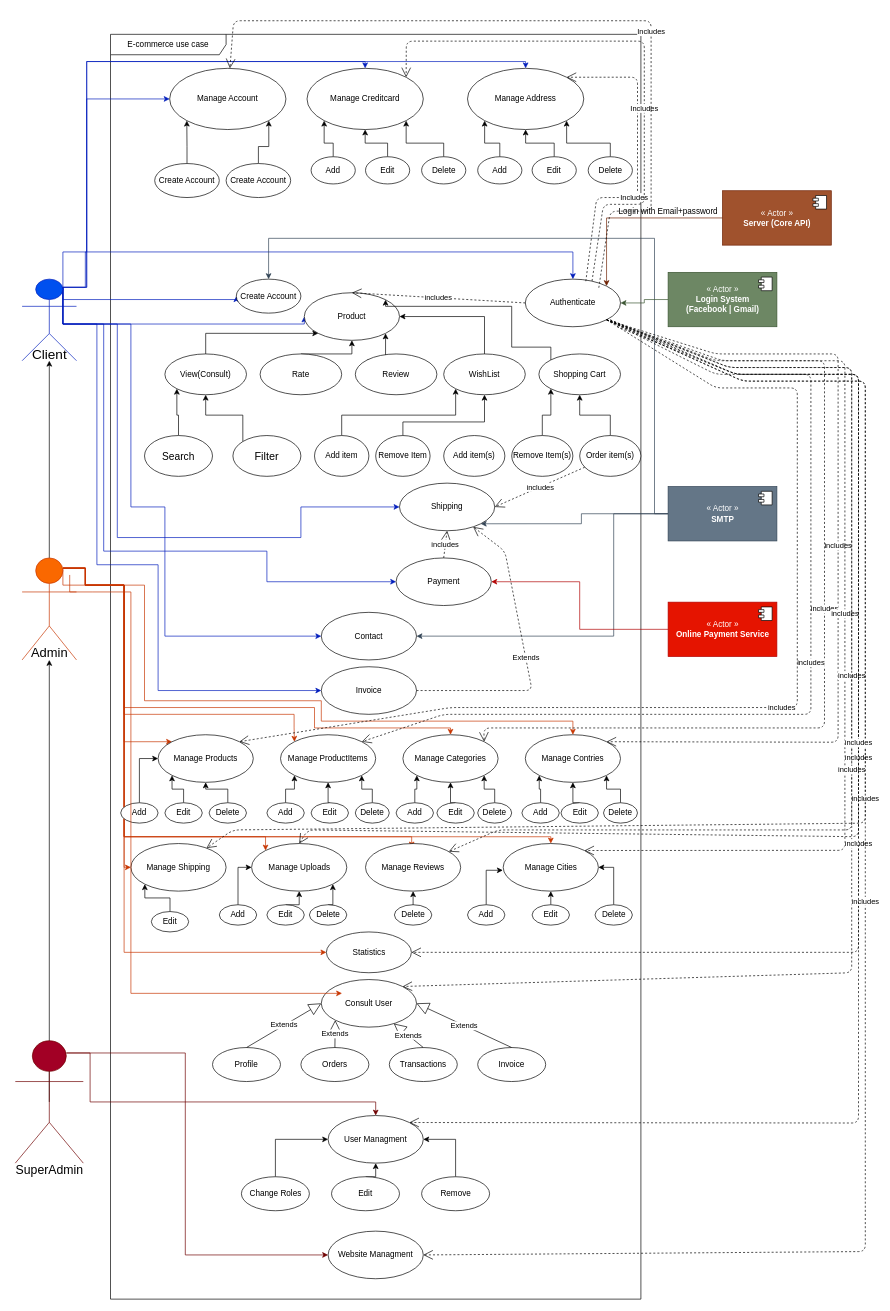
Psycomentis06/AZIT-e-commerce-API-doc keeps this draw.io diagram as page "Use case" (2 of 4) of Class Diagram.drawio. Above is the earlier version. Source tidied: cells renumbered, new cells numbered last; positions are measured from the earlier drawing's top-left corner, leaving out a move shared by most shapes. Both pictures are drawn from the tidied source at 68%, with x=0, y=0 at pixel (12, 20).
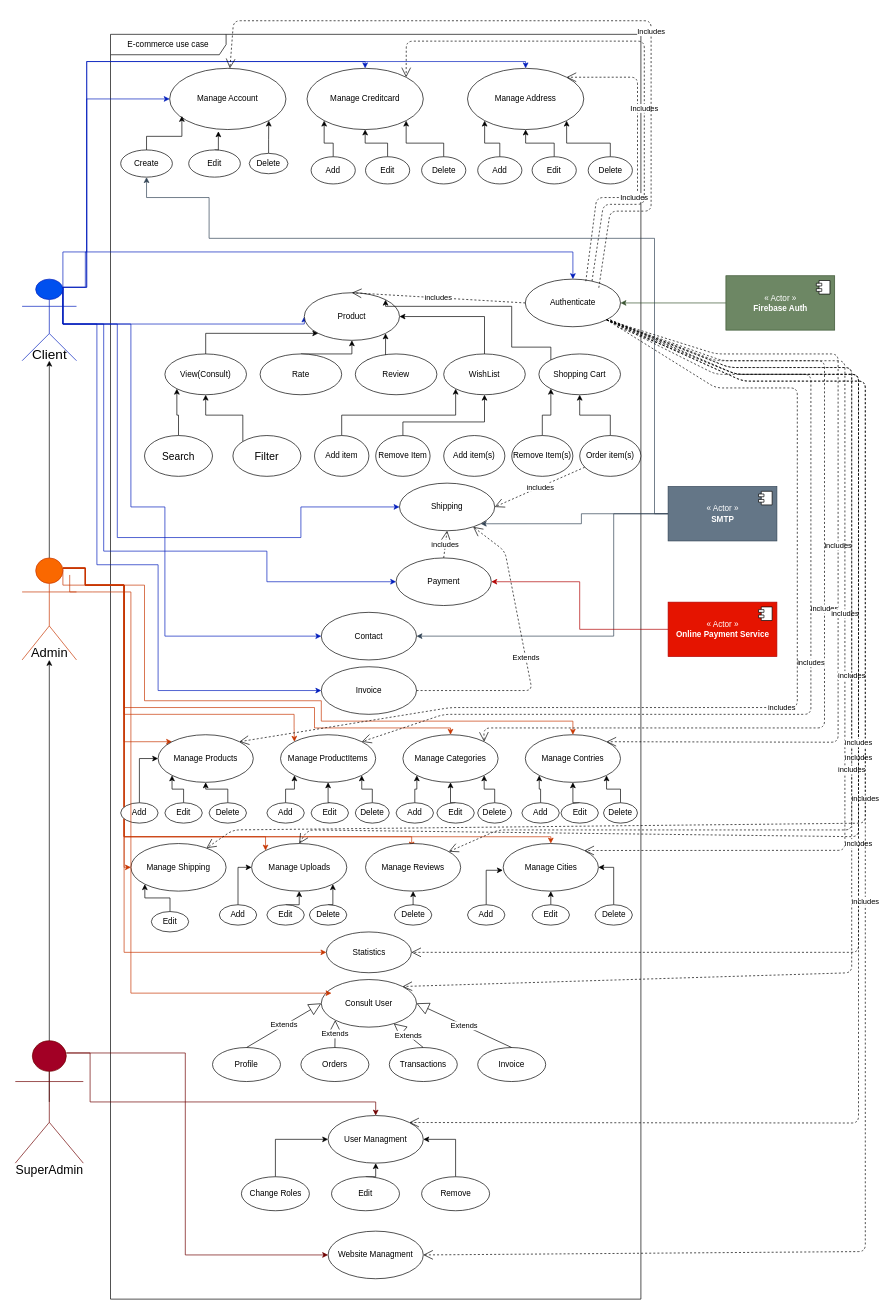
The same diagram, later.

Unchanged cells that the change refers to:
```xml
<mxCell id="13" value="Client" style="shape=umlActor;verticalLabelPosition=bottom;verticalAlign=top;html=1;fillColor=#0050ef;strokeColor=#001DBC;fontColor=#ffffff;" parent="1" vertex="1">
  <mxGeometry x="15" y="380" width="80" height="120" as="geometry" />
</mxCell>
<mxCell id="26" value="Authenticate" style="ellipse;whiteSpace=wrap;html=1;" parent="1" vertex="1">
  <mxGeometry x="755" y="380" width="140" height="70" as="geometry" />
</mxCell>
<mxCell id="61" value="« Actor »&lt;br&gt;&lt;b&gt;SMTP&lt;/b&gt;" style="html=1;fillColor=#647687;strokeColor=#314354;fontColor=#ffffff;" parent="1" vertex="1">
  <mxGeometry x="965" y="685" width="160" height="80" as="geometry" />
</mxCell>
<mxCell id="157" value="Manage Account" style="ellipse;whiteSpace=wrap;html=1;" parent="1" vertex="1">
  <mxGeometry x="232" y="70" width="171" height="90" as="geometry" />
</mxCell>
```

Diff of the diagram source:
```diff
@@
-    <mxCell id="7" style="edgeStyle=orthogonalEdgeStyle;rounded=0;jettySize=auto;html=1;exitX=0.75;exitY=0.1;exitDx=0;exitDy=0;exitPerimeter=0;entryX=0;entryY=0.5;entryDx=0;entryDy=0;fillColor=#0050ef;strokeColor=#001DBC;" parent="1" edge="1" source="13" target="75">
-      <mxGeometry relative="1" as="geometry">
-        <Array as="points">
-          <mxPoint x="75" y="410" />
-          <mxPoint x="330" y="410" />
-        </Array>
-      </mxGeometry>
-    </mxCell>
@@
-    <mxCell id="60" style="edgeStyle=orthogonalEdgeStyle;rounded=0;jettySize=auto;html=1;exitX=0;exitY=0.5;exitDx=0;exitDy=0;entryX=0.5;entryY=0;entryDx=0;entryDy=0;fillColor=#647687;strokeColor=#314354;" parent="1" edge="1" source="61" target="75">
+    <mxCell id="60" style="edgeStyle=orthogonalEdgeStyle;rounded=0;jettySize=auto;html=1;exitX=0;exitY=0.5;exitDx=0;exitDy=0;entryX=0.5;entryY=1;entryDx=0;entryDy=0;fillColor=#647687;strokeColor=#314354;" parent="1" edge="1" source="61" target="161">
       <mxGeometry relative="1" as="geometry">
         <Array as="points">
           <mxPoint x="945" y="725" />
           <mxPoint x="945" y="320" />
-          <mxPoint x="378" y="320" />
+          <mxPoint x="290" y="320" />
+          <mxPoint x="290" y="260" />
+          <mxPoint x="198" y="260" />
         </Array>
       </mxGeometry>
     </mxCell>
@@
-    <mxCell id="67" value="« Actor »&lt;br&gt;&lt;b&gt;Login System &lt;br&gt;(Facebook | Gmail)&lt;/b&gt;" style="html=1;fillColor=#6d8764;strokeColor=#3A5431;fontColor=#ffffff;" parent="1" vertex="1">
-      <mxGeometry x="965" y="370" width="160" height="80" as="geometry" />
+    <mxCell id="67" value="« Actor »&lt;br&gt;&lt;b&gt;Firebase Auth&lt;/b&gt;" style="html=1;fillColor=#6d8764;strokeColor=#3A5431;fontColor=#ffffff;" parent="1" vertex="1">
+      <mxGeometry x="1050" y="375" width="160" height="80" as="geometry" />
     </mxCell>
@@
-    <mxCell id="69" style="edgeStyle=orthogonalEdgeStyle;rounded=0;jettySize=auto;html=1;exitX=0;exitY=0.5;exitDx=0;exitDy=0;entryX=1;entryY=0;entryDx=0;entryDy=0;fillColor=#a0522d;strokeColor=#6D1F00;" parent="1" edge="1" source="70" target="26">
-      <mxGeometry relative="1" as="geometry" />
-    </mxCell>
-    <mxCell id="70" value="« Actor »&lt;br&gt;&lt;b&gt;Server (Core API)&lt;/b&gt;" style="html=1;fillColor=#a0522d;strokeColor=#6D1F00;fontColor=#ffffff;" parent="1" vertex="1">
-      <mxGeometry x="1045" y="250" width="160" height="80" as="geometry" />
-    </mxCell>
-    <mxCell id="71" style="shape=module;jettyWidth=8;jettyHeight=4;" parent="70" vertex="1">
-      <mxGeometry x="1" width="20" height="20" relative="1" as="geometry">
-        <mxPoint x="-27" y="7" as="offset" />
-      </mxGeometry>
-    </mxCell>
-    <mxCell id="72" value="Login with Email+password" style="text;html=1;align=center;verticalAlign=middle;" parent="1" vertex="1">
-      <mxGeometry x="885" y="270" width="160" height="20" as="geometry" />
-    </mxCell>
@@
-    <mxCell id="75" value="Create Account" style="ellipse;whiteSpace=wrap;html=1;" parent="1" vertex="1">
-      <mxGeometry x="330" y="380" width="95" height="50" as="geometry" />
-    </mxCell>
@@
-    <mxCell id="160" style="edgeStyle=orthogonalEdgeStyle;rounded=0;jettySize=auto;html=1;exitX=0.5;exitY=0;exitDx=0;exitDy=0;entryX=0;entryY=1;entryDx=0;entryDy=0;" parent="1" edge="1" source="161" target="157">
+    <mxCell id="160" style="edgeStyle=orthogonalEdgeStyle;rounded=0;jettySize=auto;html=1;exitX=0.5;exitY=0;exitDx=0;exitDy=0;entryX=0.105;entryY=0.778;entryDx=0;entryDy=0;entryPerimeter=0;" parent="1" edge="1" source="161" target="157">
       <mxGeometry relative="1" as="geometry" />
     </mxCell>
-    <mxCell id="161" value="Create Account" style="ellipse;whiteSpace=wrap;html=1;" parent="1" vertex="1">
-      <mxGeometry x="210" y="210" width="95" height="50" as="geometry" />
+    <mxCell id="161" value="Create" style="ellipse;whiteSpace=wrap;html=1;" parent="1" vertex="1">
+      <mxGeometry x="160" y="190" width="76" height="40" as="geometry" />
     </mxCell>
-    <mxCell id="162" style="edgeStyle=orthogonalEdgeStyle;rounded=0;jettySize=auto;html=1;exitX=0.5;exitY=0;exitDx=0;exitDy=0;entryX=1;entryY=1;entryDx=0;entryDy=0;" parent="1" edge="1" source="163" target="157">
+    <mxCell id="162" style="edgeStyle=orthogonalEdgeStyle;rounded=0;jettySize=auto;html=1;exitX=0.5;exitY=0;exitDx=0;exitDy=0;entryX=0.419;entryY=1.029;entryDx=0;entryDy=0;entryPerimeter=0;" parent="1" edge="1" source="163" target="157">
       <mxGeometry relative="1" as="geometry" />
     </mxCell>
-    <mxCell id="163" value="Create Account" style="ellipse;whiteSpace=wrap;html=1;" parent="1" vertex="1">
-      <mxGeometry x="315" y="210" width="95" height="50" as="geometry" />
+    <mxCell id="163" value="Edit" style="ellipse;whiteSpace=wrap;html=1;" parent="1" vertex="1">
+      <mxGeometry x="260" y="190" width="76" height="40" as="geometry" />
     </mxCell>
@@
-    <mxCell id="180" style="edgeStyle=orthogonalEdgeStyle;rounded=0;orthogonalLoop=1;jettySize=auto;html=1;exitX=0.75;exitY=0.1;exitDx=0;exitDy=0;exitPerimeter=0;entryX=0;entryY=0;entryDx=0;entryDy=0;fillColor=#fa6800;strokeColor=#C73500;" parent="1" edge="1">
+    <mxCell id="180" style="edgeStyle=orthogonalEdgeStyle;rounded=0;orthogonalLoop=1;jettySize=auto;html=1;exitX=0.75;exitY=0.1;exitDx=0;exitDy=0;exitPerimeter=0;fillColor=#fa6800;strokeColor=#C73500;" parent="1" edge="1">
       <mxGeometry relative="1" as="geometry">
         <mxPoint x="85" y="815" as="sourcePoint" />
-        <mxPoint x="485.5" y="1430.3" as="targetPoint" />
+        <mxPoint x="470" y="1430" as="targetPoint" />
         <Array as="points">
           <mxPoint x="118" y="840" />
           <mxPoint x="175" y="840" />
           <mxPoint x="175" y="1410" />
         </Array>
       </mxGeometry>
     </mxCell>
@@
+    <mxCell id="182" style="edgeStyle=orthogonalEdgeStyle;rounded=0;jettySize=auto;html=1;exitX=0.5;exitY=0;exitDx=0;exitDy=0;entryX=1;entryY=1;entryDx=0;entryDy=0;" parent="1" edge="1" source="183" target="157">
+      <mxGeometry relative="1" as="geometry" />
+    </mxCell>
+    <mxCell id="183" value="Delete" style="ellipse;whiteSpace=wrap;html=1;" parent="1" vertex="1">
+      <mxGeometry x="349" y="195" width="57" height="30" as="geometry" />
+    </mxCell>
```
